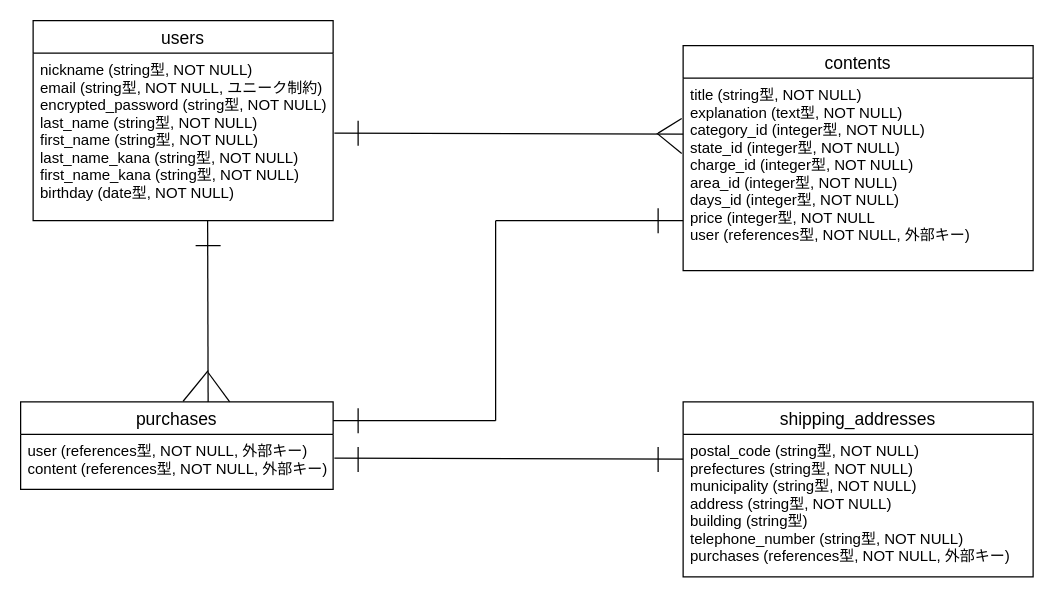
volleyboo/furima-37823 keeps this draw.io diagram as ER図.dio. Above is the earlier version. Source tidied: cells renumbered, new cells numbered last; positions are measured from the earlier drawing's top-left corner, leaving out a move shared by most shapes. Both pictures are drawn from the tidied source at 125%, with x=0, y=0 at pixel (20, 20).
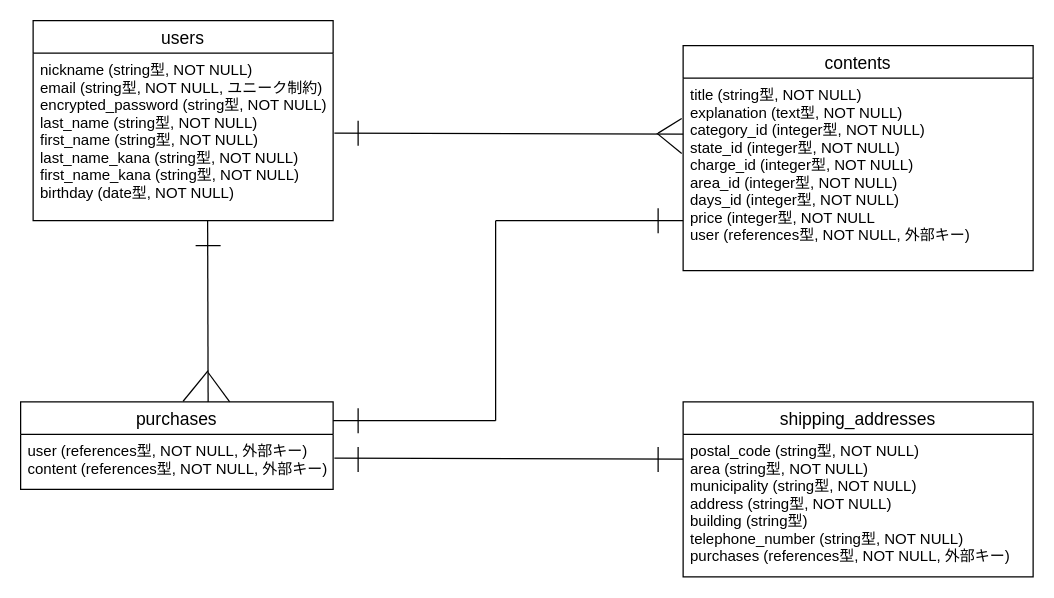
The same diagram, later.

Commit message (it also covers changes not shown here):
DB設計（修正６）コードレビュー後

Unchanged cells that the change refers to:
```xml
<mxCell id="8" value="shipping_addresses" style="swimlane;fontStyle=0;horizontal=1;startSize=26;align=center;fontSize=14;" parent="1" vertex="1">
  <mxGeometry x="530" y="305" width="280" height="140" as="geometry" />
</mxCell>
```

What changed in the source:
```diff
@@
-    <mxCell id="9" value="postal_code (string型, NOT NULL)&#10;prefectures (string型, NOT NULL)&#10;municipality (string型, NOT NULL)&#10;address (string型, NOT NULL)&#10;building (string型)&#10;telephone_number (string型, NOT NULL)&#10;purchases (references型, NOT NULL, 外部キー)&#10;" style="text;strokeColor=none;fillColor=none;spacingLeft=4;spacingRight=4;overflow=hidden;fontSize=12;" parent="8" vertex="1">
+    <mxCell id="9" value="postal_code (string型, NOT NULL)&#10;area (string型, NOT NULL)&#10;municipality (string型, NOT NULL)&#10;address (string型, NOT NULL)&#10;building (string型)&#10;telephone_number (string型, NOT NULL)&#10;purchases (references型, NOT NULL, 外部キー)&#10;" style="text;strokeColor=none;fillColor=none;spacingLeft=4;spacingRight=4;overflow=hidden;fontSize=12;" parent="8" vertex="1">
       <mxGeometry y="26" width="280" height="114" as="geometry" />
     </mxCell>
```
